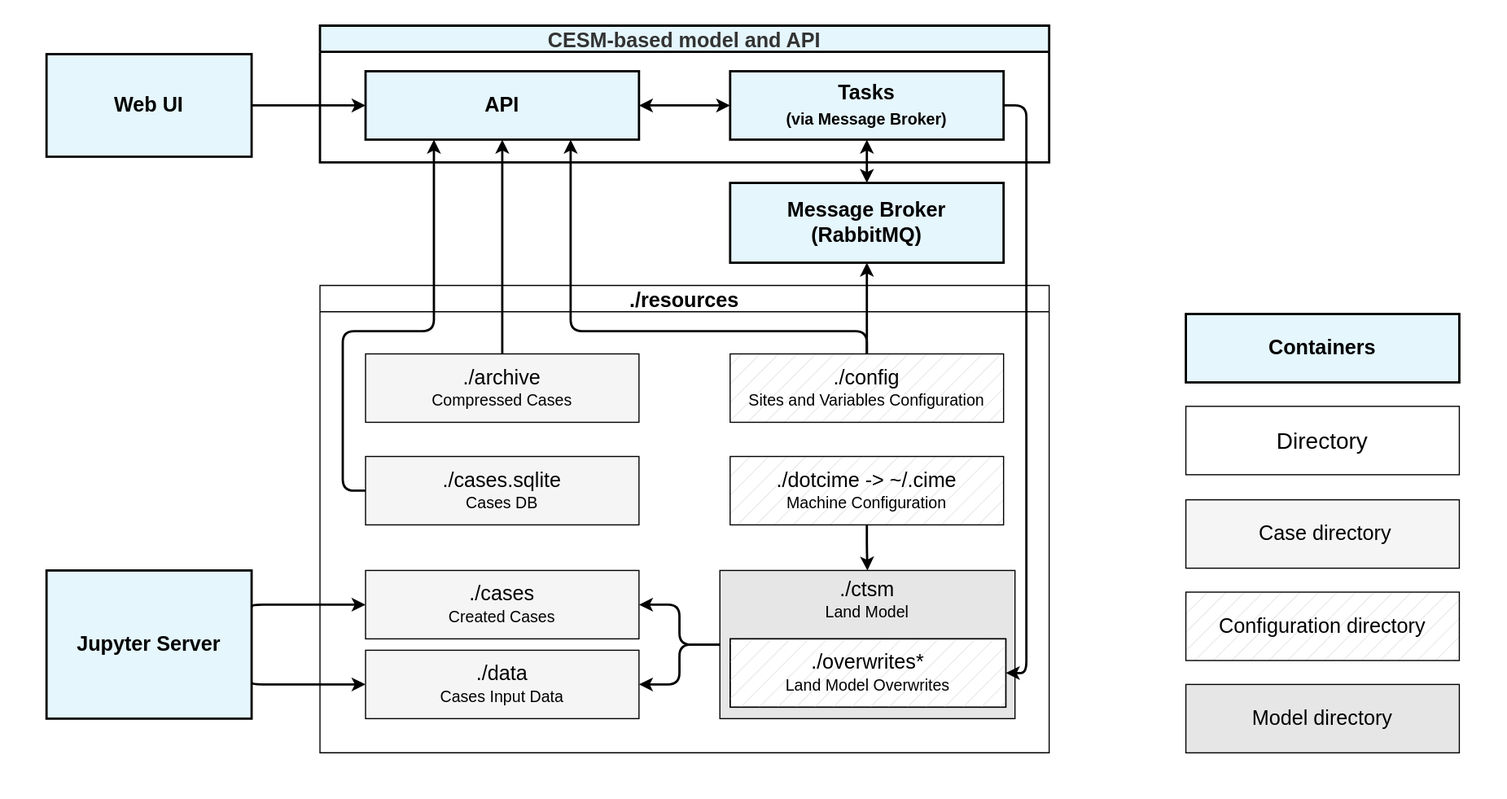
Earlier version of the draw.io export docs/img/architecture-Page-1.drawio.svg (NorESMhub/noresm-land-sites-platform). Source tidied: cells renumbered, new cells last; positions are measured from the earlier drawing's top-left corner, leaving out a move shared by most shapes.
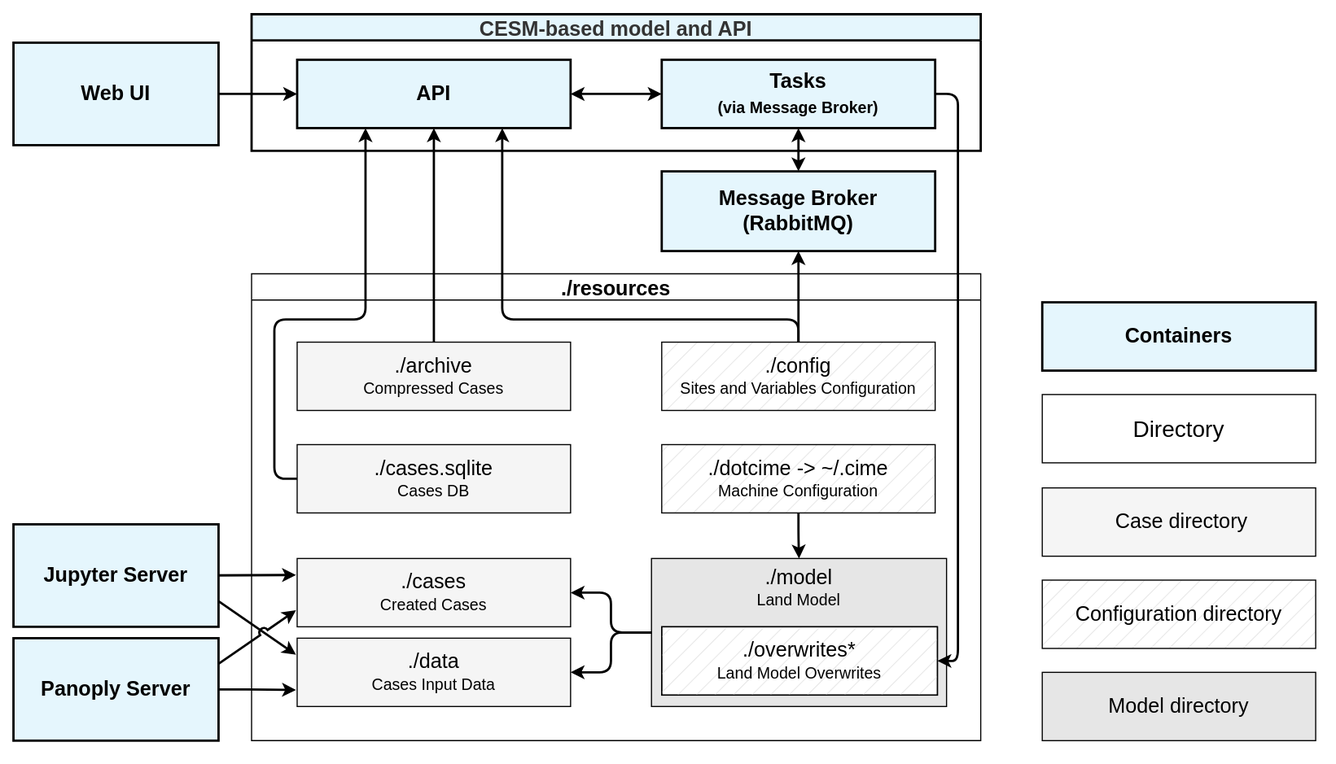
Above is the later version.

What changed in the source:
```diff
@@ -3,17 +3,16 @@
     <mxCell id="0" />
     <mxCell id="1" parent="0" />
     <mxCell id="2" style="rounded=0;whiteSpace=wrap;html=1;shadow=0;glass=0;sketch=0;fillStyle=solid;fontColor=#000000;strokeColor=none;fillColor=default;" parent="1" vertex="1">
-      <mxGeometry width="1320" height="700" as="geometry" />
+      <mxGeometry x="60" y="10" width="1170" height="670" as="geometry" />
     </mxCell>
-    <mxCell id="3" value="&lt;div&gt;./ctsm&lt;br&gt;&lt;/div&gt;&lt;div style=&quot;font-size: 14px;&quot;&gt;Land Model&lt;/div&gt;" style="whiteSpace=wrap;html=1;fontSize=18;verticalAlign=top;fillColor=#E6E6E6;fillStyle=solid;" parent="1" vertex="1">
+    <mxCell id="3" value="&lt;div&gt;./model&lt;br&gt;&lt;/div&gt;&lt;div style=&quot;font-size: 14px;&quot;&gt;Land Model&lt;/div&gt;" style="whiteSpace=wrap;html=1;fontSize=18;verticalAlign=top;fillColor=#E6E6E6;fillStyle=solid;" parent="1" vertex="1">
       <mxGeometry x="631" y="500" width="259" height="130" as="geometry" />
     </mxCell>
-    <mxCell id="4" style="edgeStyle=orthogonalEdgeStyle;rounded=1;jettySize=auto;html=1;exitX=1;exitY=0.5;exitDx=0;exitDy=0;entryX=0;entryY=0.5;entryDx=0;entryDy=0;strokeWidth=2;" parent="1" edge="1" source="5" target="8">
-      <mxGeometry relative="1" as="geometry" />
+    <mxCell id="4" style="edgeStyle=orthogonalEdgeStyle;rounded=1;jettySize=auto;html=1;exitX=1;exitY=0.5;exitDx=0;exitDy=0;entryX=0;entryY=0.5;entryDx=0;entryDy=0;strokeWidth=2;" parent="1" edge="1" target="8">
+      <mxGeometry relative="1" as="geometry">
+        <mxPoint x="220" y="92" as="sourcePoint" />
+      </mxGeometry>
     </mxCell>
-    <mxCell id="5" value="&lt;div style=&quot;font-size: 18px;&quot;&gt;&lt;b&gt;&lt;font style=&quot;font-size: 18px;&quot;&gt;Web UI&lt;/font&gt;&lt;/b&gt;&lt;/div&gt;" style="rounded=0;whiteSpace=wrap;html=1;fillColor=#B0B0B0;strokeColor=none;" parent="1" vertex="1">
-      <mxGeometry x="40" y="47" width="180" height="90" as="geometry" />
-    </mxCell>
     <mxCell id="6" value="CESM-based model and API" style="swimlane;fontSize=18;fillColor=#E5F6FD;strokeColor=default;fontColor=#333333;strokeWidth=2;" parent="1" vertex="1">
       <mxGeometry x="280" y="22" width="640" height="120" as="geometry" />
     </mxCell>
@@ -32,22 +31,19 @@
     <mxCell id="11" value="&lt;b&gt;&lt;font style=&quot;font-size: 18px;&quot;&gt;Message Broker (RabbitMQ)&lt;/font&gt;&lt;/b&gt;" style="rounded=0;whiteSpace=wrap;html=1;fillColor=#B0B0B0;strokeColor=none;fontColor=#000000;" parent="1" vertex="1">
       <mxGeometry x="640" y="160" width="240" height="70" as="geometry" />
     </mxCell>
-    <mxCell id="12" style="edgeStyle=orthogonalEdgeStyle;rounded=1;jettySize=auto;html=1;exitX=1;exitY=0.25;exitDx=0;exitDy=0;entryX=0;entryY=0.5;entryDx=0;entryDy=0;startArrow=none;startFill=0;fontSize=18;strokeWidth=2;" parent="1" edge="1" source="14" target="22">
-      <mxGeometry relative="1" as="geometry">
-        <Array as="points">
-          <mxPoint x="220" y="530" />
-        </Array>
-      </mxGeometry>
-    </mxCell>
-    <mxCell id="13" style="edgeStyle=orthogonalEdgeStyle;rounded=1;jettySize=auto;html=1;exitX=1;exitY=0.75;exitDx=0;exitDy=0;entryX=0;entryY=0.5;entryDx=0;entryDy=0;startArrow=none;startFill=0;fontSize=18;strokeWidth=2;" parent="1" edge="1" source="14" target="23">
-      <mxGeometry relative="1" as="geometry">
-        <Array as="points">
-          <mxPoint x="220" y="600" />
-        </Array>
-      </mxGeometry>
+    <mxCell id="13" style="rounded=1;jettySize=auto;html=1;exitX=1;exitY=0.75;exitDx=0;exitDy=0;entryX=0;entryY=0.25;entryDx=0;entryDy=0;startArrow=none;startFill=0;fontSize=18;strokeWidth=2;jumpStyle=arc;" parent="1" edge="1" source="14" target="43">
+      <mxGeometry relative="1" as="geometry" />
     </mxCell>
+    <mxCell id="48" style="edgeStyle=orthogonalEdgeStyle;rounded=1;jettySize=auto;html=1;exitX=1;exitY=0.5;exitDx=0;exitDy=0;entryX=0;entryY=0.25;entryDx=0;entryDy=0;fontSize=18;startArrow=none;startFill=0;strokeWidth=2;" parent="1" edge="1" source="14" target="42">
+      <mxGeometry relative="1" as="geometry">
+        <Array as="points">
+          <mxPoint x="220" y="515" />
+          <mxPoint x="250" y="515" />
+        </Array>
+      </mxGeometry>
+    </mxCell>
     <mxCell id="14" value="Jupyter Server" style="rounded=0;whiteSpace=wrap;html=1;fontSize=18;fontStyle=1;fillColor=#E5F6FD;strokeColor=default;strokeWidth=2;" parent="1" vertex="1">
-      <mxGeometry x="40" y="500" width="180" height="130" as="geometry" />
+      <mxGeometry x="71" y="470" width="180" height="90" as="geometry" />
     </mxCell>
     <mxCell id="15" value="./resources" style="swimlane;fontSize=18;" parent="1" vertex="1">
       <mxGeometry x="280" y="250" width="640" height="410" as="geometry" />
@@ -126,7 +122,7 @@
       </mxGeometry>
     </mxCell>
     <mxCell id="33" value="Configuration directory" style="whiteSpace=wrap;html=1;fontSize=18;fillColor=#E6E6E6;strokeColor=default;align=center;verticalAlign=middle;fillStyle=hatch;" parent="1" vertex="1">
-      <mxGeometry x="1040" y="519" width="240" height="60" as="geometry" />
+      <mxGeometry x="974" y="519" width="240" height="60" as="geometry" />
     </mxCell>
     <mxCell id="34" style="edgeStyle=orthogonalEdgeStyle;rounded=1;jettySize=auto;html=1;startArrow=none;startFill=0;fontSize=18;entryX=1;entryY=0.5;entryDx=0;entryDy=0;exitX=1;exitY=0.5;exitDx=0;exitDy=0;strokeWidth=2;" parent="1" edge="1" source="9" target="21">
       <mxGeometry relative="1" as="geometry">
@@ -137,19 +133,19 @@
       </mxGeometry>
     </mxCell>
     <mxCell id="35" value="Model directory" style="whiteSpace=wrap;html=1;fontSize=18;fillColor=#E6E6E6;strokeColor=default;verticalAlign=middle;align=center;fillStyle=solid;" parent="1" vertex="1">
-      <mxGeometry x="1040" y="600" width="240" height="60" as="geometry" />
+      <mxGeometry x="974" y="600" width="240" height="60" as="geometry" />
     </mxCell>
     <mxCell id="36" value="Containers" style="rounded=0;whiteSpace=wrap;html=1;fillColor=#E5F6FD;strokeColor=default;fontColor=default;fontSize=18;strokeWidth=2;fontStyle=1;" parent="1" vertex="1">
-      <mxGeometry x="1040" y="275" width="240" height="60" as="geometry" />
+      <mxGeometry x="974" y="275" width="240" height="60" as="geometry" />
     </mxCell>
     <mxCell id="37" value="&lt;div style=&quot;font-size: 18px;&quot;&gt;&lt;span&gt;&lt;font style=&quot;font-size: 18px;&quot;&gt;Web UI&lt;/font&gt;&lt;/span&gt;&lt;/div&gt;" style="rounded=0;whiteSpace=wrap;html=1;fillColor=#E5F6FD;strokeColor=default;strokeWidth=2;fontSize=18;fontStyle=1;" parent="1" vertex="1">
-      <mxGeometry x="40" y="47" width="180" height="90" as="geometry" />
+      <mxGeometry x="71" y="47" width="180" height="90" as="geometry" />
     </mxCell>
     <mxCell id="38" value="&lt;span&gt;&lt;font style=&quot;font-size: 18px;&quot;&gt;Message Broker (RabbitMQ)&lt;/font&gt;&lt;/span&gt;" style="rounded=0;whiteSpace=wrap;html=1;fillColor=#E5F6FD;strokeColor=default;fontColor=default;strokeWidth=2;fontSize=18;fontStyle=1;" parent="1" vertex="1">
       <mxGeometry x="640" y="160" width="240" height="70" as="geometry" />
     </mxCell>
     <mxCell id="39" value="Directory" style="text;html=1;strokeColor=default;fillColor=#FFFFFF;align=center;verticalAlign=middle;whiteSpace=wrap;rounded=0;fontSize=20;labelBackgroundColor=none;labelBorderColor=none;strokeWidth=1;" parent="1" vertex="1">
-      <mxGeometry x="1040" y="356" width="240" height="60" as="geometry" />
+      <mxGeometry x="974" y="356" width="240" height="60" as="geometry" />
     </mxCell>
     <mxCell id="40" value="&lt;div&gt;./archive&lt;/div&gt;&lt;div style=&quot;font-size: 14px;&quot;&gt;Compressed Cases&lt;br&gt;&lt;/div&gt;" style="whiteSpace=wrap;html=1;fontSize=18;rounded=0;perimeterSpacing=1;sketch=0;shadow=0;glass=0;fillColor=#f5f5f5;fontColor=#000000;strokeColor=#000000;" parent="1" vertex="1">
       <mxGeometry x="320" y="310" width="240" height="60" as="geometry" />
@@ -164,7 +160,7 @@
       <mxGeometry x="320" y="570" width="240" height="60" as="geometry" />
     </mxCell>
     <mxCell id="44" value="&amp;nbsp;Case directory" style="whiteSpace=wrap;html=1;fontSize=18;fillColor=#f5f5f5;strokeColor=#000000;align=center;verticalAlign=middle;fontColor=#000000;rounded=0;sketch=0;shadow=0;glass=0;" parent="1" vertex="1">
-      <mxGeometry x="1040" y="438" width="240" height="60" as="geometry" />
+      <mxGeometry x="974" y="438" width="240" height="60" as="geometry" />
     </mxCell>
     <mxCell id="45" style="edgeStyle=orthogonalEdgeStyle;rounded=0;jettySize=auto;html=1;strokeWidth=2;" parent="1" edge="1" target="38">
       <mxGeometry relative="1" as="geometry">
@@ -177,5 +173,14 @@
     <mxCell id="47" value="&lt;div&gt;./overwrites*&lt;br&gt;&lt;/div&gt;&lt;div style=&quot;font-size: 14px&quot;&gt;Land Model Overwrites&lt;/div&gt;" style="whiteSpace=wrap;html=1;fontSize=18;fillStyle=hatch;fillColor=#E6E6E6;" parent="1" vertex="1">
       <mxGeometry x="640" y="560" width="242" height="60" as="geometry" />
     </mxCell>
+    <mxCell id="49" style="rounded=1;jettySize=auto;html=1;exitX=1;exitY=0.25;exitDx=0;exitDy=0;entryX=0;entryY=0.75;entryDx=0;entryDy=0;fontSize=18;startArrow=none;startFill=0;strokeWidth=2;jumpStyle=arc;" parent="1" edge="1" source="51" target="42">
+      <mxGeometry relative="1" as="geometry" />
+    </mxCell>
+    <mxCell id="50" style="edgeStyle=orthogonalEdgeStyle;rounded=1;jettySize=auto;html=1;exitX=1;exitY=0.5;exitDx=0;exitDy=0;entryX=0;entryY=0.75;entryDx=0;entryDy=0;fontSize=18;startArrow=none;startFill=0;strokeWidth=2;" parent="1" edge="1" source="51" target="43">
+      <mxGeometry relative="1" as="geometry" />
+    </mxCell>
+    <mxCell id="51" value="Panoply Server" style="rounded=0;whiteSpace=wrap;html=1;fontSize=18;fontStyle=1;fillColor=#E5F6FD;strokeColor=default;strokeWidth=2;" parent="1" vertex="1">
+      <mxGeometry x="71" y="570" width="180" height="90" as="geometry" />
+    </mxCell>
   </root>
 </mxGraphModel>
```
